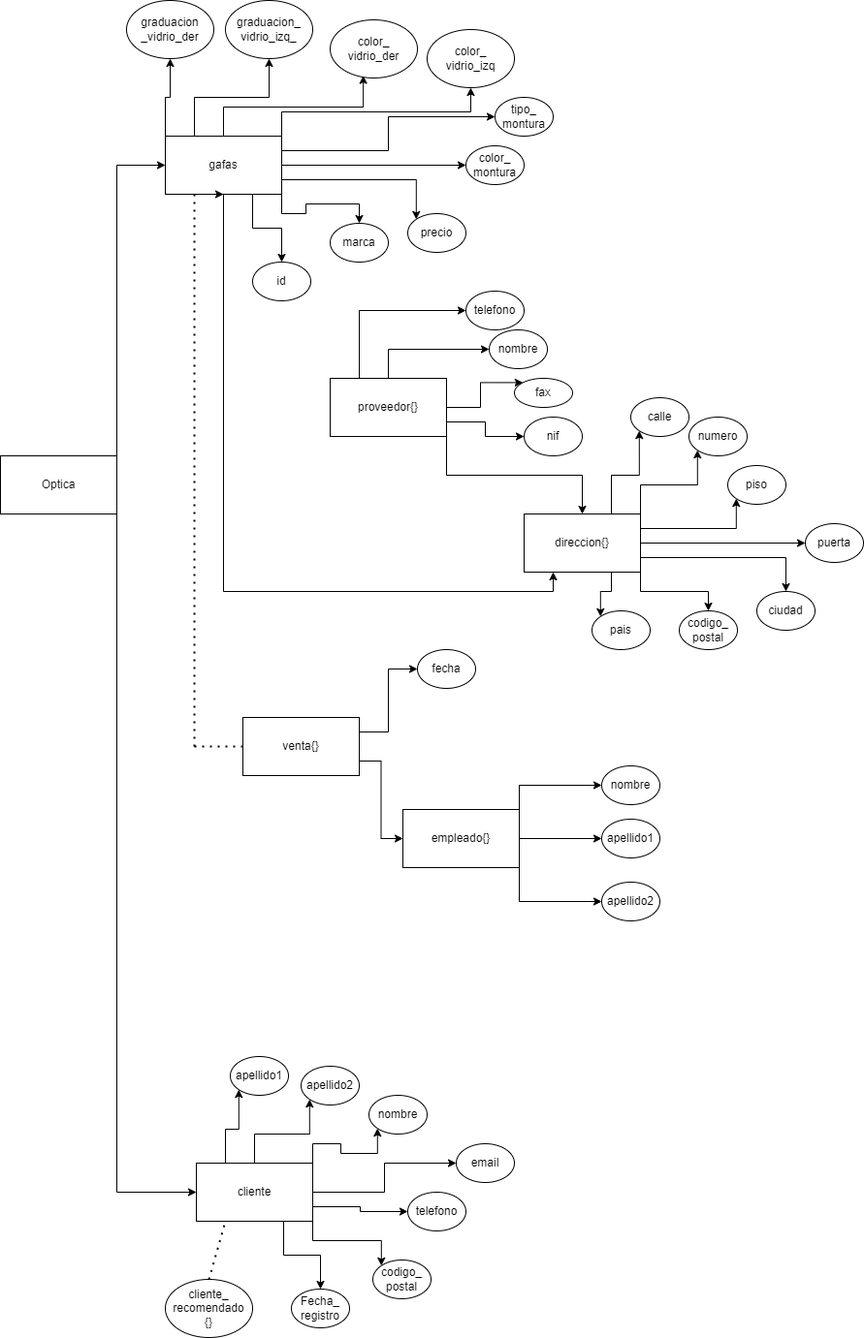
Above: Modelo_Optica.png in FortGH/MongoDB-Estructura (draw.io), before the change. Source tidied: cells renumbered, new cells last; positions are measured from the earlier drawing's top-left corner, leaving out a move shared by most shapes. Source of this version:
```xml
<mxGraphModel>
  <root>
    <mxCell id="0" />
    <mxCell id="1" parent="0" />
    <mxCell id="2" value="calle" style="ellipse;whiteSpace=wrap;html=1;" parent="1" vertex="1">
      <mxGeometry x="650" y="410" width="60" height="40" as="geometry" />
    </mxCell>
    <mxCell id="3" style="edgeStyle=orthogonalEdgeStyle;rounded=0;jettySize=auto;html=1;exitX=1;exitY=0;exitDx=0;exitDy=0;entryX=0;entryY=0.5;entryDx=0;entryDy=0;" parent="1" edge="1" source="5" target="44">
      <mxGeometry relative="1" as="geometry" />
    </mxCell>
    <mxCell id="4" style="edgeStyle=orthogonalEdgeStyle;rounded=0;jettySize=auto;html=1;exitX=1;exitY=1;exitDx=0;exitDy=0;entryX=0;entryY=0.5;entryDx=0;entryDy=0;" parent="1" edge="1" source="5" target="63">
      <mxGeometry relative="1" as="geometry" />
    </mxCell>
    <mxCell id="5" value="Optica" style="whiteSpace=wrap;html=1;" parent="1" vertex="1">
      <mxGeometry y="470" width="120" height="60" as="geometry" />
    </mxCell>
    <mxCell id="6" style="edgeStyle=orthogonalEdgeStyle;rounded=0;jettySize=auto;html=1;exitX=0.25;exitY=0;exitDx=0;exitDy=0;entryX=0;entryY=0.5;entryDx=0;entryDy=0;" parent="1" edge="1" source="11" target="16">
      <mxGeometry relative="1" as="geometry" />
    </mxCell>
    <mxCell id="7" style="edgeStyle=orthogonalEdgeStyle;rounded=0;jettySize=auto;html=1;exitX=0.5;exitY=0;exitDx=0;exitDy=0;entryX=0;entryY=0.5;entryDx=0;entryDy=0;" parent="1" edge="1" source="11" target="19">
      <mxGeometry relative="1" as="geometry" />
    </mxCell>
    <mxCell id="8" style="edgeStyle=orthogonalEdgeStyle;rounded=0;jettySize=auto;html=1;exitX=1;exitY=0.5;exitDx=0;exitDy=0;entryX=0;entryY=0;entryDx=0;entryDy=0;" parent="1" edge="1" source="11" target="18">
      <mxGeometry relative="1" as="geometry" />
    </mxCell>
    <mxCell id="9" style="edgeStyle=orthogonalEdgeStyle;rounded=0;jettySize=auto;html=1;exitX=1;exitY=1;exitDx=0;exitDy=0;entryX=0.5;entryY=0;entryDx=0;entryDy=0;" parent="1" edge="1" source="11" target="27">
      <mxGeometry relative="1" as="geometry" />
    </mxCell>
    <mxCell id="10" style="edgeStyle=orthogonalEdgeStyle;rounded=0;jettySize=auto;html=1;exitX=1;exitY=0.75;exitDx=0;exitDy=0;entryX=0;entryY=0.5;entryDx=0;entryDy=0;" parent="1" edge="1" source="11" target="52">
      <mxGeometry relative="1" as="geometry" />
    </mxCell>
    <mxCell id="11" value="proveedor{}" style="rounded=0;whiteSpace=wrap;html=1;" parent="1" vertex="1">
      <mxGeometry x="340" y="390" width="120" height="60" as="geometry" />
    </mxCell>
    <mxCell id="12" style="edgeStyle=orthogonalEdgeStyle;rounded=0;jettySize=auto;html=1;exitX=1;exitY=0;exitDx=0;exitDy=0;entryX=0;entryY=0.5;entryDx=0;entryDy=0;" parent="1" edge="1" source="15" target="55">
      <mxGeometry relative="1" as="geometry" />
    </mxCell>
    <mxCell id="13" style="edgeStyle=orthogonalEdgeStyle;rounded=0;jettySize=auto;html=1;exitX=1;exitY=0.5;exitDx=0;exitDy=0;entryX=0;entryY=0.5;entryDx=0;entryDy=0;" parent="1" edge="1" source="15" target="53">
      <mxGeometry relative="1" as="geometry" />
    </mxCell>
    <mxCell id="14" style="edgeStyle=orthogonalEdgeStyle;rounded=0;jettySize=auto;html=1;exitX=1;exitY=1;exitDx=0;exitDy=0;entryX=0;entryY=0.5;entryDx=0;entryDy=0;" parent="1" edge="1" source="15" target="77">
      <mxGeometry relative="1" as="geometry" />
    </mxCell>
    <mxCell id="15" value="empleado{}" style="rounded=0;whiteSpace=wrap;html=1;" parent="1" vertex="1">
      <mxGeometry x="415" y="835" width="120" height="60" as="geometry" />
    </mxCell>
    <mxCell id="16" value="telefono" style="ellipse;whiteSpace=wrap;html=1;" parent="1" vertex="1">
      <mxGeometry x="480" y="300" width="60" height="40" as="geometry" />
    </mxCell>
    <mxCell id="17" value="puerta" style="ellipse;whiteSpace=wrap;html=1;" parent="1" vertex="1">
      <mxGeometry x="830" y="540" width="60" height="40" as="geometry" />
    </mxCell>
    <mxCell id="18" value="fax" style="ellipse;whiteSpace=wrap;html=1;" parent="1" vertex="1">
      <mxGeometry x="530" y="390" width="60" height="30" as="geometry" />
    </mxCell>
    <mxCell id="19" value="nombre" style="ellipse;whiteSpace=wrap;html=1;" parent="1" vertex="1">
      <mxGeometry x="504" y="340" width="60" height="40" as="geometry" />
    </mxCell>
    <mxCell id="20" style="edgeStyle=orthogonalEdgeStyle;rounded=0;jettySize=auto;html=1;exitX=0.75;exitY=0;exitDx=0;exitDy=0;entryX=0;entryY=1;entryDx=0;entryDy=0;" parent="1" edge="1" source="27" target="2">
      <mxGeometry relative="1" as="geometry" />
    </mxCell>
    <mxCell id="21" style="edgeStyle=orthogonalEdgeStyle;rounded=0;jettySize=auto;html=1;exitX=1;exitY=0;exitDx=0;exitDy=0;entryX=0;entryY=1;entryDx=0;entryDy=0;" parent="1" edge="1" source="27" target="31">
      <mxGeometry relative="1" as="geometry" />
    </mxCell>
    <mxCell id="22" style="edgeStyle=orthogonalEdgeStyle;rounded=0;jettySize=auto;html=1;exitX=1;exitY=0.25;exitDx=0;exitDy=0;entryX=0;entryY=1;entryDx=0;entryDy=0;" parent="1" edge="1" source="27" target="30">
      <mxGeometry relative="1" as="geometry" />
    </mxCell>
    <mxCell id="23" style="edgeStyle=orthogonalEdgeStyle;rounded=0;jettySize=auto;html=1;exitX=1;exitY=0.75;exitDx=0;exitDy=0;entryX=0.5;entryY=0;entryDx=0;entryDy=0;" parent="1" edge="1" source="27" target="28">
      <mxGeometry relative="1" as="geometry" />
    </mxCell>
    <mxCell id="24" style="edgeStyle=orthogonalEdgeStyle;rounded=0;jettySize=auto;html=1;exitX=1;exitY=1;exitDx=0;exitDy=0;entryX=0.5;entryY=0;entryDx=0;entryDy=0;" parent="1" edge="1" source="27" target="29">
      <mxGeometry relative="1" as="geometry" />
    </mxCell>
    <mxCell id="25" style="edgeStyle=orthogonalEdgeStyle;rounded=0;jettySize=auto;html=1;exitX=0.75;exitY=1;exitDx=0;exitDy=0;entryX=0;entryY=0;entryDx=0;entryDy=0;" parent="1" edge="1" source="27" target="32">
      <mxGeometry relative="1" as="geometry" />
    </mxCell>
    <mxCell id="26" style="edgeStyle=orthogonalEdgeStyle;rounded=0;jettySize=auto;html=1;exitX=1;exitY=0.5;exitDx=0;exitDy=0;" parent="1" edge="1" source="27" target="17">
      <mxGeometry relative="1" as="geometry" />
    </mxCell>
    <mxCell id="27" value="direccion{}" style="rounded=0;whiteSpace=wrap;html=1;" parent="1" vertex="1">
      <mxGeometry x="540" y="530" width="120" height="60" as="geometry" />
    </mxCell>
    <mxCell id="28" value="ciudad" style="ellipse;whiteSpace=wrap;html=1;" parent="1" vertex="1">
      <mxGeometry x="780" y="610" width="60" height="40" as="geometry" />
    </mxCell>
    <mxCell id="29" value="codigo_&lt;br&gt;postal&lt;br&gt;" style="ellipse;whiteSpace=wrap;html=1;" parent="1" vertex="1">
      <mxGeometry x="700" y="630" width="60" height="40" as="geometry" />
    </mxCell>
    <mxCell id="30" value="piso" style="ellipse;whiteSpace=wrap;html=1;" parent="1" vertex="1">
      <mxGeometry x="750" y="480" width="60" height="40" as="geometry" />
    </mxCell>
    <mxCell id="31" value="numero" style="ellipse;whiteSpace=wrap;html=1;" parent="1" vertex="1">
      <mxGeometry x="710" y="430" width="60" height="40" as="geometry" />
    </mxCell>
    <mxCell id="32" value="pais" style="ellipse;whiteSpace=wrap;html=1;" parent="1" vertex="1">
      <mxGeometry x="610" y="630" width="60" height="40" as="geometry" />
    </mxCell>
    <mxCell id="33" value="color_&lt;br&gt;montura&lt;br&gt;" style="ellipse;whiteSpace=wrap;html=1;" parent="1" vertex="1">
      <mxGeometry x="480" y="150" width="60" height="40" as="geometry" />
    </mxCell>
    <mxCell id="34" style="edgeStyle=orthogonalEdgeStyle;rounded=0;jettySize=auto;html=1;exitX=0;exitY=0;exitDx=0;exitDy=0;entryX=0.5;entryY=1;entryDx=0;entryDy=0;" parent="1" edge="1" source="44" target="47">
      <mxGeometry relative="1" as="geometry" />
    </mxCell>
    <mxCell id="35" style="edgeStyle=orthogonalEdgeStyle;rounded=0;jettySize=auto;html=1;exitX=0.25;exitY=0;exitDx=0;exitDy=0;entryX=0.5;entryY=1;entryDx=0;entryDy=0;" parent="1" edge="1" source="44" target="49">
      <mxGeometry relative="1" as="geometry" />
    </mxCell>
    <mxCell id="36" style="edgeStyle=orthogonalEdgeStyle;rounded=0;jettySize=auto;html=1;exitX=0.5;exitY=0;exitDx=0;exitDy=0;entryX=0.379;entryY=0.959;entryDx=0;entryDy=0;entryPerimeter=0;" parent="1" edge="1" source="44" target="48">
      <mxGeometry relative="1" as="geometry" />
    </mxCell>
    <mxCell id="37" style="edgeStyle=orthogonalEdgeStyle;rounded=0;jettySize=auto;html=1;exitX=1;exitY=0;exitDx=0;exitDy=0;entryX=0.5;entryY=1;entryDx=0;entryDy=0;" parent="1" edge="1" source="44" target="50">
      <mxGeometry relative="1" as="geometry" />
    </mxCell>
    <mxCell id="38" style="edgeStyle=orthogonalEdgeStyle;rounded=0;jettySize=auto;html=1;exitX=1;exitY=0.25;exitDx=0;exitDy=0;entryX=0;entryY=0.5;entryDx=0;entryDy=0;" parent="1" edge="1" source="44" target="46">
      <mxGeometry relative="1" as="geometry" />
    </mxCell>
    <mxCell id="39" style="edgeStyle=orthogonalEdgeStyle;rounded=0;jettySize=auto;html=1;exitX=1;exitY=0.5;exitDx=0;exitDy=0;entryX=0;entryY=0.5;entryDx=0;entryDy=0;" parent="1" edge="1" source="44" target="33">
      <mxGeometry relative="1" as="geometry" />
    </mxCell>
    <mxCell id="40" style="edgeStyle=orthogonalEdgeStyle;rounded=0;jettySize=auto;html=1;exitX=1;exitY=0.75;exitDx=0;exitDy=0;entryX=0;entryY=0;entryDx=0;entryDy=0;" parent="1" edge="1" source="44" target="45">
      <mxGeometry relative="1" as="geometry" />
    </mxCell>
    <mxCell id="41" style="edgeStyle=orthogonalEdgeStyle;rounded=0;jettySize=auto;html=1;exitX=1;exitY=1;exitDx=0;exitDy=0;entryX=0.5;entryY=0;entryDx=0;entryDy=0;" parent="1" edge="1" source="44" target="51">
      <mxGeometry relative="1" as="geometry" />
    </mxCell>
    <mxCell id="42" style="edgeStyle=orthogonalEdgeStyle;rounded=0;jettySize=auto;html=1;exitX=0.75;exitY=1;exitDx=0;exitDy=0;entryX=0.5;entryY=0;entryDx=0;entryDy=0;" parent="1" edge="1" source="44" target="74">
      <mxGeometry relative="1" as="geometry" />
    </mxCell>
    <mxCell id="43" style="edgeStyle=orthogonalEdgeStyle;rounded=0;jettySize=auto;html=1;exitX=0.5;exitY=1;exitDx=0;exitDy=0;entryX=0.25;entryY=1;entryDx=0;entryDy=0;" parent="1" edge="1" source="44" target="27">
      <mxGeometry relative="1" as="geometry" />
    </mxCell>
    <mxCell id="44" value="gafas&lt;br&gt;" style="rounded=0;whiteSpace=wrap;html=1;" parent="1" vertex="1">
      <mxGeometry x="170" y="140" width="120" height="60" as="geometry" />
    </mxCell>
    <mxCell id="45" value="precio" style="ellipse;whiteSpace=wrap;html=1;" parent="1" vertex="1">
      <mxGeometry x="420" y="220" width="60" height="40" as="geometry" />
    </mxCell>
    <mxCell id="46" value="tipo_&lt;br&gt;montura&lt;br&gt;" style="ellipse;whiteSpace=wrap;html=1;" parent="1" vertex="1">
      <mxGeometry x="510" y="100" width="60" height="40" as="geometry" />
    </mxCell>
    <mxCell id="47" value="graduacion&lt;br&gt;_vidrio_der" style="ellipse;whiteSpace=wrap;html=1;" parent="1" vertex="1">
      <mxGeometry x="130" width="90" height="60" as="geometry" />
    </mxCell>
    <mxCell id="48" value="color_ &lt;br&gt;vidrio_der&lt;br&gt;" style="ellipse;whiteSpace=wrap;html=1;" parent="1" vertex="1">
      <mxGeometry x="340" y="20" width="90" height="60" as="geometry" />
    </mxCell>
    <mxCell id="49" value="graduacion_&lt;br&gt;vidrio_izq_" style="ellipse;whiteSpace=wrap;html=1;" parent="1" vertex="1">
      <mxGeometry x="232" width="90" height="60" as="geometry" />
    </mxCell>
    <mxCell id="50" value="color_ &lt;br&gt;vidrio_izq&lt;br&gt;" style="ellipse;whiteSpace=wrap;html=1;" parent="1" vertex="1">
      <mxGeometry x="440" y="30" width="90" height="60" as="geometry" />
    </mxCell>
    <mxCell id="51" value="marca" style="ellipse;whiteSpace=wrap;html=1;" parent="1" vertex="1">
      <mxGeometry x="340" y="230" width="60" height="40" as="geometry" />
    </mxCell>
    <mxCell id="52" value="nif" style="ellipse;whiteSpace=wrap;html=1;" parent="1" vertex="1">
      <mxGeometry x="540" y="430" width="60" height="40" as="geometry" />
    </mxCell>
    <mxCell id="53" value="apellido1" style="ellipse;whiteSpace=wrap;html=1;" parent="1" vertex="1">
      <mxGeometry x="620" y="845" width="60" height="40" as="geometry" />
    </mxCell>
    <mxCell id="54" value="apellido1" style="ellipse;whiteSpace=wrap;html=1;" parent="1" vertex="1">
      <mxGeometry x="237" y="1090" width="60" height="40" as="geometry" />
    </mxCell>
    <mxCell id="55" value="nombre" style="ellipse;whiteSpace=wrap;html=1;" parent="1" vertex="1">
      <mxGeometry x="620" y="790" width="60" height="40" as="geometry" />
    </mxCell>
    <mxCell id="56" style="edgeStyle=orthogonalEdgeStyle;rounded=0;jettySize=auto;html=1;exitX=0.25;exitY=0;exitDx=0;exitDy=0;entryX=0;entryY=1;entryDx=0;entryDy=0;" parent="1" edge="1" source="63" target="54">
      <mxGeometry relative="1" as="geometry" />
    </mxCell>
    <mxCell id="57" style="edgeStyle=orthogonalEdgeStyle;rounded=0;jettySize=auto;html=1;exitX=0.5;exitY=0;exitDx=0;exitDy=0;entryX=0;entryY=1;entryDx=0;entryDy=0;" parent="1" edge="1" source="63" target="65">
      <mxGeometry relative="1" as="geometry" />
    </mxCell>
    <mxCell id="58" style="edgeStyle=orthogonalEdgeStyle;rounded=0;jettySize=auto;html=1;exitX=1;exitY=0;exitDx=0;exitDy=0;entryX=0;entryY=1;entryDx=0;entryDy=0;" parent="1" edge="1" source="63" target="64">
      <mxGeometry relative="1" as="geometry" />
    </mxCell>
    <mxCell id="59" style="edgeStyle=orthogonalEdgeStyle;rounded=0;jettySize=auto;html=1;exitX=1;exitY=0.5;exitDx=0;exitDy=0;entryX=0;entryY=0.5;entryDx=0;entryDy=0;" parent="1" edge="1" source="63" target="68">
      <mxGeometry relative="1" as="geometry" />
    </mxCell>
    <mxCell id="60" style="edgeStyle=orthogonalEdgeStyle;rounded=0;jettySize=auto;html=1;exitX=1;exitY=0.75;exitDx=0;exitDy=0;entryX=0;entryY=0.5;entryDx=0;entryDy=0;" parent="1" edge="1" source="63" target="67">
      <mxGeometry relative="1" as="geometry" />
    </mxCell>
    <mxCell id="61" style="edgeStyle=orthogonalEdgeStyle;rounded=0;jettySize=auto;html=1;exitX=1;exitY=1;exitDx=0;exitDy=0;entryX=0;entryY=0;entryDx=0;entryDy=0;" parent="1" edge="1" source="63" target="66">
      <mxGeometry relative="1" as="geometry" />
    </mxCell>
    <mxCell id="62" style="edgeStyle=orthogonalEdgeStyle;rounded=0;jettySize=auto;html=1;exitX=0.75;exitY=1;exitDx=0;exitDy=0;entryX=0.5;entryY=0;entryDx=0;entryDy=0;" parent="1" edge="1" source="63" target="69">
      <mxGeometry relative="1" as="geometry" />
    </mxCell>
    <mxCell id="63" value="cliente" style="rounded=0;whiteSpace=wrap;html=1;" parent="1" vertex="1">
      <mxGeometry x="202" y="1200" width="120" height="60" as="geometry" />
    </mxCell>
    <mxCell id="64" value="nombre" style="ellipse;whiteSpace=wrap;html=1;" parent="1" vertex="1">
      <mxGeometry x="380" y="1130" width="60" height="40" as="geometry" />
    </mxCell>
    <mxCell id="65" value="apellido2" style="ellipse;whiteSpace=wrap;html=1;" parent="1" vertex="1">
      <mxGeometry x="310" y="1100" width="60" height="40" as="geometry" />
    </mxCell>
    <mxCell id="66" value="codigo_&lt;br&gt;postal&lt;br&gt;" style="ellipse;whiteSpace=wrap;html=1;" parent="1" vertex="1">
      <mxGeometry x="384" y="1300" width="60" height="40" as="geometry" />
    </mxCell>
    <mxCell id="67" value="telefono" style="ellipse;whiteSpace=wrap;html=1;" parent="1" vertex="1">
      <mxGeometry x="420" y="1230" width="60" height="40" as="geometry" />
    </mxCell>
    <mxCell id="68" value="email" style="ellipse;whiteSpace=wrap;html=1;" parent="1" vertex="1">
      <mxGeometry x="470" y="1180" width="60" height="40" as="geometry" />
    </mxCell>
    <mxCell id="69" value="Fecha_&lt;br&gt;registro&lt;br&gt;" style="ellipse;whiteSpace=wrap;html=1;" parent="1" vertex="1">
      <mxGeometry x="300" y="1330" width="60" height="40" as="geometry" />
    </mxCell>
    <mxCell id="70" value="cliente_&lt;br&gt; recomendado&lt;br&gt;{}&lt;br&gt;" style="ellipse;whiteSpace=wrap;html=1;" parent="1" vertex="1">
      <mxGeometry x="170" y="1320" width="90" height="60" as="geometry" />
    </mxCell>
    <mxCell id="71" style="edgeStyle=orthogonalEdgeStyle;rounded=0;jettySize=auto;html=1;exitX=1;exitY=0.25;exitDx=0;exitDy=0;entryX=0;entryY=0.5;entryDx=0;entryDy=0;" parent="1" edge="1" source="73" target="75">
      <mxGeometry relative="1" as="geometry" />
    </mxCell>
    <mxCell id="72" style="edgeStyle=orthogonalEdgeStyle;rounded=0;jettySize=auto;html=1;exitX=1;exitY=0.75;exitDx=0;exitDy=0;entryX=0;entryY=0.5;entryDx=0;entryDy=0;" parent="1" edge="1" source="73" target="15">
      <mxGeometry relative="1" as="geometry" />
    </mxCell>
    <mxCell id="73" value="venta{}" style="rounded=0;whiteSpace=wrap;html=1;" parent="1" vertex="1">
      <mxGeometry x="250" y="740" width="120" height="60" as="geometry" />
    </mxCell>
    <mxCell id="74" value="id" style="ellipse;whiteSpace=wrap;html=1;" parent="1" vertex="1">
      <mxGeometry x="260" y="270" width="60" height="40" as="geometry" />
    </mxCell>
    <mxCell id="75" value="fecha&lt;br&gt;" style="ellipse;whiteSpace=wrap;html=1;" parent="1" vertex="1">
      <mxGeometry x="430" y="670" width="60" height="40" as="geometry" />
    </mxCell>
    <mxCell id="76" style="edgeStyle=orthogonalEdgeStyle;rounded=0;orthogonalLoop=1;jettySize=auto;html=1;exitX=0.25;exitY=1;exitDx=0;exitDy=0;entryX=0.5;entryY=1;entryDx=0;entryDy=0;" parent="1" edge="1" source="44" target="44">
      <mxGeometry relative="1" as="geometry" />
    </mxCell>
    <mxCell id="77" value="apellido2" style="ellipse;whiteSpace=wrap;html=1;" parent="1" vertex="1">
      <mxGeometry x="620" y="910" width="60" height="40" as="geometry" />
    </mxCell>
    <mxCell id="78" style="endArrow=none;dashed=1;html=1;dashPattern=1 3;strokeWidth=2;rounded=0;entryX=0.25;entryY=1;entryDx=0;entryDy=0;exitX=0.5;exitY=0;exitDx=0;exitDy=0;" parent="1" edge="1" source="70" target="63">
      <mxGeometry relative="1" as="geometry" />
    </mxCell>
    <mxCell id="79" style="endArrow=none;dashed=1;html=1;dashPattern=1 3;strokeWidth=2;rounded=0;entryX=0;entryY=0.5;entryDx=0;entryDy=0;" parent="1" edge="1" target="73">
      <mxGeometry relative="1" as="geometry">
        <mxPoint x="200" y="770" as="sourcePoint" />
      </mxGeometry>
    </mxCell>
    <mxCell id="80" style="endArrow=none;dashed=1;html=1;dashPattern=1 3;strokeWidth=2;rounded=0;entryX=0.25;entryY=1;entryDx=0;entryDy=0;" parent="1" edge="1" target="44">
      <mxGeometry relative="1" as="geometry">
        <mxPoint x="200" y="770" as="sourcePoint" />
      </mxGeometry>
    </mxCell>
  </root>
</mxGraphModel>
```
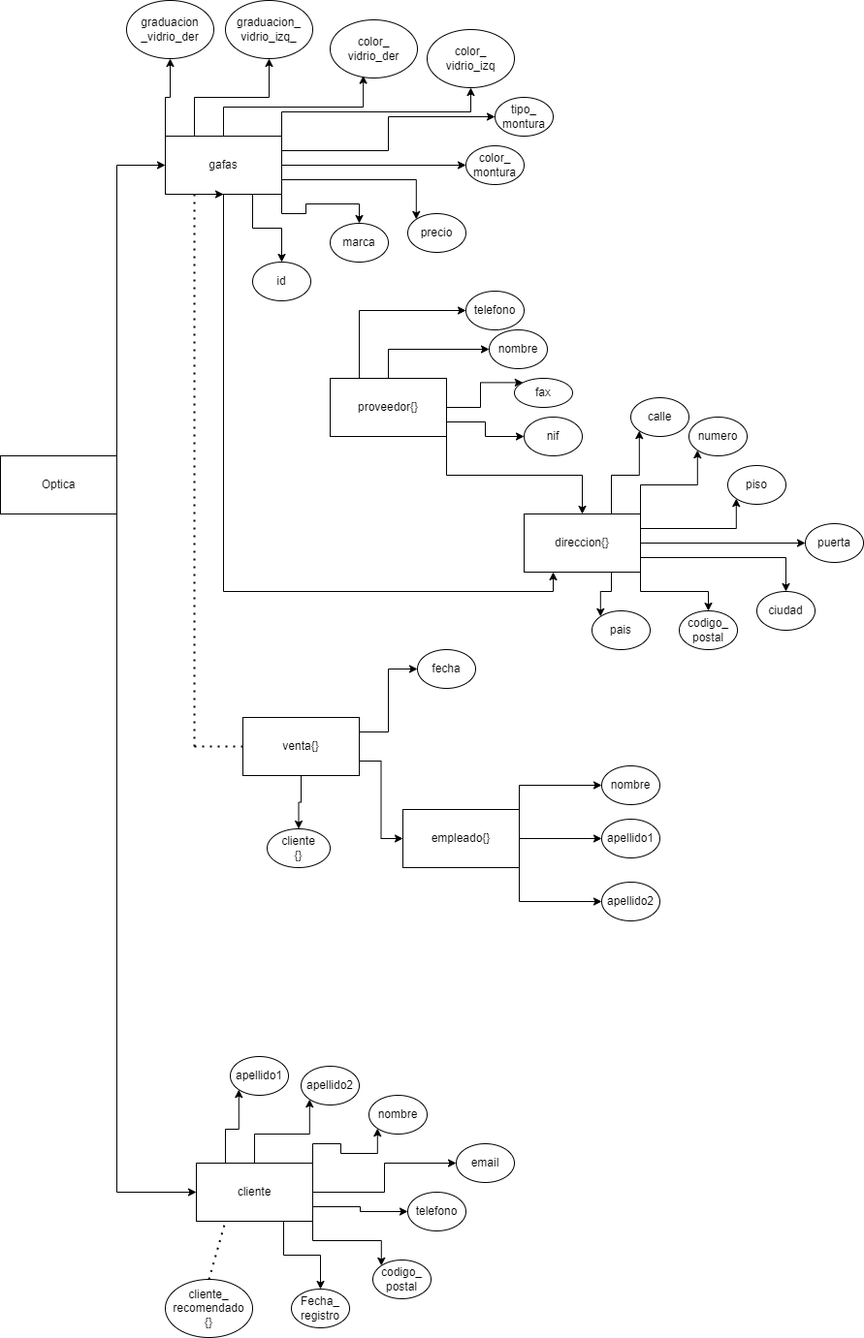
After the commit.

The edit, as a diff of the source:
```diff
@@ -215,6 +215,9 @@
     <mxCell id="72" style="edgeStyle=orthogonalEdgeStyle;rounded=0;jettySize=auto;html=1;exitX=1;exitY=0.75;exitDx=0;exitDy=0;entryX=0;entryY=0.5;entryDx=0;entryDy=0;" parent="1" edge="1" source="73" target="15">
       <mxGeometry relative="1" as="geometry" />
     </mxCell>
+    <mxCell id="81" style="edgeStyle=orthogonalEdgeStyle;rounded=0;jettySize=auto;html=1;exitX=0.5;exitY=1;exitDx=0;exitDy=0;entryX=0.5;entryY=0;entryDx=0;entryDy=0;" parent="1" edge="1" source="73" target="82">
+      <mxGeometry relative="1" as="geometry" />
+    </mxCell>
     <mxCell id="73" value="venta{}" style="rounded=0;whiteSpace=wrap;html=1;" parent="1" vertex="1">
       <mxGeometry x="250" y="740" width="120" height="60" as="geometry" />
     </mxCell>
@@ -243,5 +246,8 @@
         <mxPoint x="200" y="770" as="sourcePoint" />
       </mxGeometry>
     </mxCell>
+    <mxCell id="82" value="cliente&lt;br&gt;{}&lt;br&gt;" style="ellipse;whiteSpace=wrap;html=1;" parent="1" vertex="1">
+      <mxGeometry x="275" y="855" width="65" height="40" as="geometry" />
+    </mxCell>
   </root>
 </mxGraphModel>
```
